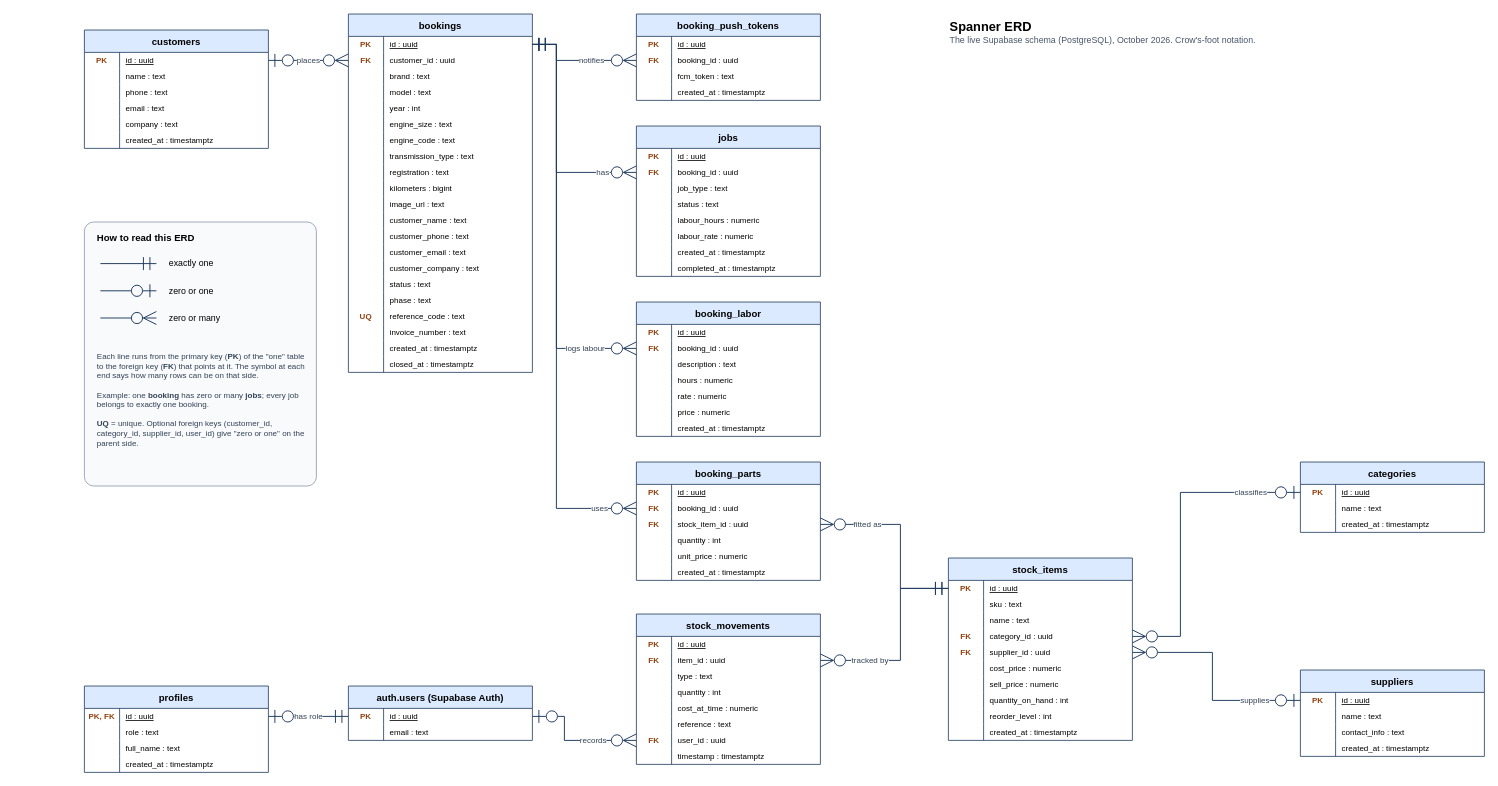
The draw.io diagram project-docs/phase-2/diagrams/editable/erd.drawio in BlackZ3ro/Spanner-Riese-Auto-Clinic, before the edit. Source tidied: cells renumbered, new cells numbered last; positions are measured from the earlier drawing's top-left corner, leaving out a move shared by most shapes. Both pictures are drawn from the tidied source at 80%, with x=0, y=0 at pixel (84, 14).
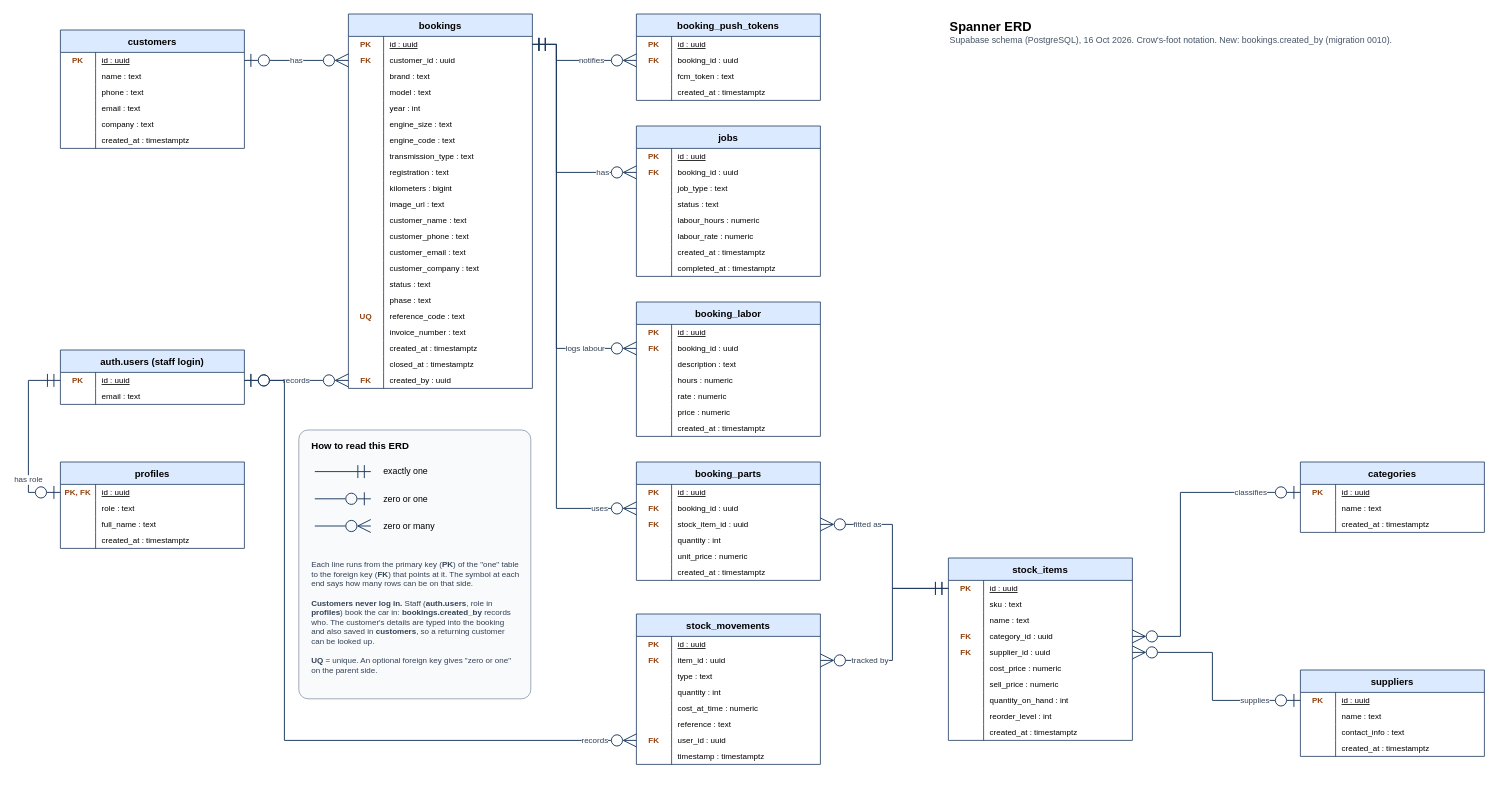
The same diagram, later.

Commit message (it also covers changes not shown here):
ERD: show which staff member records a booking

Unchanged cells that the change refers to:
```xml
<mxCell id="3" style="shape=tableRow;horizontal=0;startSize=0;swimlaneHead=0;swimlaneBody=0;fillColor=none;points=[[0,0.5],[1,0.5]];portConstraint=eastwest;top=0;left=0;right=0;bottom=0;" parent="2" vertex="1">
  <mxGeometry y="28" width="230" height="20" as="geometry" />
</mxCell>
<mxCell id="25" style="shape=tableRow;horizontal=0;startSize=0;swimlaneHead=0;swimlaneBody=0;fillColor=none;points=[[0,0.5],[1,0.5]];portConstraint=eastwest;top=0;left=0;right=0;bottom=0;" parent="21" vertex="1">
  <mxGeometry y="48" width="230" height="20" as="geometry" />
</mxCell>
<mxCell id="152" style="shape=tableRow;horizontal=0;startSize=0;swimlaneHead=0;swimlaneBody=0;fillColor=none;points=[[0,0.5],[1,0.5]];portConstraint=eastwest;top=0;left=0;right=0;bottom=0;" parent="145" vertex="1">
  <mxGeometry y="68" width="230" height="20" as="geometry" />
</mxCell>
<mxCell id="168" style="shape=tableRow;horizontal=0;startSize=0;swimlaneHead=0;swimlaneBody=0;fillColor=none;points=[[0,0.5],[1,0.5]];portConstraint=eastwest;top=0;left=0;right=0;bottom=0;" parent="164" vertex="1">
  <mxGeometry y="48" width="230" height="20" as="geometry" />
</mxCell>
<mxCell id="183" style="shape=tableRow;horizontal=0;startSize=0;swimlaneHead=0;swimlaneBody=0;fillColor=none;points=[[0,0.5],[1,0.5]];portConstraint=eastwest;top=0;left=0;right=0;bottom=0;" parent="164" vertex="1">
  <mxGeometry y="148" width="230" height="20" as="geometry" />
</mxCell>
<mxCell id="190" style="shape=tableRow;horizontal=0;startSize=0;swimlaneHead=0;swimlaneBody=0;fillColor=none;points=[[0,0.5],[1,0.5]];portConstraint=eastwest;top=0;left=0;right=0;bottom=0;" parent="189" vertex="1">
  <mxGeometry y="28" width="230" height="20" as="geometry" />
</mxCell>
<mxCell id="244" style="shape=tableRow;horizontal=0;startSize=0;swimlaneHead=0;swimlaneBody=0;fillColor=none;points=[[0,0.5],[1,0.5]];portConstraint=eastwest;top=0;left=0;right=0;bottom=0;" parent="243" vertex="1">
  <mxGeometry y="28" width="230" height="20" as="geometry" />
</mxCell>
<mxCell id="257" style="shape=tableRow;horizontal=0;startSize=0;swimlaneHead=0;swimlaneBody=0;fillColor=none;points=[[0,0.5],[1,0.5]];portConstraint=eastwest;top=0;left=0;right=0;bottom=0;" parent="256" vertex="1">
  <mxGeometry y="28" width="230" height="20" as="geometry" />
</mxCell>
```

Change to the diagram source:
```diff
@@
     <mxCell id="2" value="customers" style="shape=table;startSize=28;childLayout=tableLayout;rowLines=0;fontStyle=1;align=center;fillColor=#dbeafe;strokeColor=#1f3a5f;fontSize=12;" parent="1" vertex="1">
-      <mxGeometry y="20" width="230" height="148" as="geometry" />
+      <mxGeometry x="-30" y="20" width="230" height="148" as="geometry" />
     </mxCell>
@@
     <mxCell id="21" value="bookings" style="shape=table;startSize=28;childLayout=tableLayout;rowLines=0;fontStyle=1;align=center;fillColor=#dbeafe;strokeColor=#1f3a5f;fontSize=12;" parent="1" vertex="1">
-      <mxGeometry x="330" width="230" height="448" as="geometry" />
+      <mxGeometry x="330" width="230" height="468" as="geometry" />
     </mxCell>
@@
+    <mxCell id="284" style="shape=tableRow;horizontal=0;startSize=0;swimlaneHead=0;swimlaneBody=0;fillColor=none;points=[[0,0.5],[1,0.5]];portConstraint=eastwest;top=0;left=0;right=0;bottom=0;" parent="21" vertex="1">
+      <mxGeometry y="448" width="230" height="20" as="geometry" />
+    </mxCell>
+    <mxCell id="285" value="FK" style="shape=partialRectangle;fillColor=none;top=0;left=0;bottom=0;right=0;fontStyle=1;overflow=hidden;fontSize=10;fontColor=#92400e;" parent="284" vertex="1">
+      <mxGeometry width="44" height="20" as="geometry" />
+    </mxCell>
+    <mxCell id="286" value="created_by : uuid" style="shape=partialRectangle;fillColor=none;top=0;left=0;bottom=0;right=0;align=left;spacingLeft=6;overflow=hidden;fontSize=10;" parent="284" vertex="1">
+      <mxGeometry x="44" width="186" height="20" as="geometry" />
+    </mxCell>
@@
     <mxCell id="243" value="profiles" style="shape=table;startSize=28;childLayout=tableLayout;rowLines=0;fontStyle=1;align=center;fillColor=#dbeafe;strokeColor=#1f3a5f;fontSize=12;" parent="1" vertex="1">
-      <mxGeometry y="840" width="230" height="108" as="geometry" />
+      <mxGeometry x="-30" y="560" width="230" height="108" as="geometry" />
     </mxCell>
@@
-    <mxCell id="256" value="auth.users (Supabase Auth)" style="shape=table;startSize=28;childLayout=tableLayout;rowLines=0;fontStyle=1;align=center;fillColor=#dbeafe;strokeColor=#1f3a5f;fontSize=12;" parent="1" vertex="1">
-      <mxGeometry x="330" y="840" width="230" height="68" as="geometry" />
+    <mxCell id="256" value="auth.users (staff login)" style="shape=table;startSize=28;childLayout=tableLayout;rowLines=0;fontStyle=1;align=center;fillColor=#dbeafe;strokeColor=#1f3a5f;fontSize=12;" parent="1" vertex="1">
+      <mxGeometry x="-30" y="420" width="230" height="68" as="geometry" />
     </mxCell>
@@
-    <mxCell id="263" value="places" style="edgeStyle=orthogonalEdgeStyle;rounded=0;html=1;fontSize=10;fontColor=#334155;labelBackgroundColor=#ffffff;strokeColor=#1f3a5f;strokeWidth=1.2;startArrow=ERzeroToOne;endArrow=ERzeroToMany;startFill=0;endFill=0;startSize=14;endSize=14;exitX=1;exitY=0.5;exitDx=0;exitDy=0;entryX=0;entryY=0.5;entryDx=0;entryDy=0;" parent="1" edge="1" source="3" target="25">
+    <mxCell id="263" value="has" style="edgeStyle=orthogonalEdgeStyle;rounded=0;html=1;fontSize=10;fontColor=#334155;labelBackgroundColor=#ffffff;strokeColor=#1f3a5f;strokeWidth=1.2;startArrow=ERzeroToOne;endArrow=ERzeroToMany;startFill=0;endFill=0;startSize=14;endSize=14;exitX=1;exitY=0.5;exitDx=0;exitDy=0;entryX=0;entryY=0.5;entryDx=0;entryDy=0;" parent="1" edge="1" source="3" target="25">
       <mxGeometry relative="1" as="geometry" />
     </mxCell>
@@
     <mxCell id="268" value="fitted as" style="edgeStyle=orthogonalEdgeStyle;rounded=0;html=1;fontSize=10;fontColor=#334155;labelBackgroundColor=#ffffff;strokeColor=#1f3a5f;strokeWidth=1.2;startArrow=ERmandOne;endArrow=ERzeroToMany;startFill=0;endFill=0;startSize=14;endSize=14;exitX=0;exitY=0.5;exitDx=0;exitDy=0;entryX=1;entryY=0.5;entryDx=0;entryDy=0;" parent="1" edge="1" source="190" target="152">
       <mxGeometry x="0.51" relative="1" as="geometry">
         <Array as="points">
-          <mxPoint x="1020" y="718" />
-          <mxPoint x="1020" y="638" />
+          <mxPoint x="1010" y="718" />
+          <mxPoint x="1010" y="638" />
         </Array>
       </mxGeometry>
     </mxCell>
     <mxCell id="269" value="tracked by" style="edgeStyle=orthogonalEdgeStyle;rounded=0;html=1;fontSize=10;fontColor=#334155;labelBackgroundColor=#ffffff;strokeColor=#1f3a5f;strokeWidth=1.2;startArrow=ERmandOne;endArrow=ERzeroToMany;startFill=0;endFill=0;startSize=14;endSize=14;exitX=0;exitY=0.5;exitDx=0;exitDy=0;entryX=1;entryY=0.5;entryDx=0;entryDy=0;" parent="1" edge="1" source="190" target="168">
       <mxGeometry x="0.5" relative="1" as="geometry">
         <Array as="points">
-          <mxPoint x="1020" y="718" />
-          <mxPoint x="1020" y="808" />
+          <mxPoint x="1010" y="718" />
+          <mxPoint x="1010" y="808" />
         </Array>
       </mxGeometry>
     </mxCell>
@@
-    <mxCell id="272" value="has role" style="edgeStyle=orthogonalEdgeStyle;rounded=0;html=1;fontSize=10;fontColor=#334155;labelBackgroundColor=#ffffff;strokeColor=#1f3a5f;strokeWidth=1.2;startArrow=ERmandOne;endArrow=ERzeroToOne;startFill=0;endFill=0;startSize=14;endSize=14;exitX=0;exitY=0.5;exitDx=0;exitDy=0;entryX=1;entryY=0.5;entryDx=0;entryDy=0;" parent="1" edge="1" source="257" target="244">
+    <mxCell id="272" value="records" style="edgeStyle=orthogonalEdgeStyle;rounded=0;html=1;fontSize=10;fontColor=#334155;labelBackgroundColor=#ffffff;strokeColor=#1f3a5f;strokeWidth=1.2;startArrow=ERzeroToOne;endArrow=ERzeroToMany;startFill=0;endFill=0;startSize=14;endSize=14;exitX=1;exitY=0.5;exitDx=0;exitDy=0;entryX=0;entryY=0.5;entryDx=0;entryDy=0;" parent="1" edge="1" source="257" target="284">
       <mxGeometry relative="1" as="geometry" />
     </mxCell>
     <mxCell id="273" value="records" style="edgeStyle=orthogonalEdgeStyle;rounded=0;html=1;fontSize=10;fontColor=#334155;labelBackgroundColor=#ffffff;strokeColor=#1f3a5f;strokeWidth=1.2;startArrow=ERzeroToOne;endArrow=ERzeroToMany;startFill=0;endFill=0;startSize=14;endSize=14;exitX=1;exitY=0.5;exitDx=0;exitDy=0;entryX=0;entryY=0.5;entryDx=0;entryDy=0;" parent="1" edge="1" source="257" target="183">
-      <mxGeometry x="0.33" relative="1" as="geometry">
+      <mxGeometry x="0.89" relative="1" as="geometry">
         <Array as="points">
-          <mxPoint x="600" y="878" />
-          <mxPoint x="600" y="908" />
+          <mxPoint x="250" y="458" />
+          <mxPoint x="250" y="908" />
         </Array>
       </mxGeometry>
     </mxCell>
+    <mxCell id="287" value="has role" style="edgeStyle=orthogonalEdgeStyle;rounded=0;html=1;fontSize=10;fontColor=#334155;labelBackgroundColor=#ffffff;strokeColor=#1f3a5f;strokeWidth=1.2;startArrow=ERmandOne;endArrow=ERzeroToOne;startFill=0;endFill=0;startSize=14;endSize=14;exitX=0;exitY=0.5;exitDx=0;exitDy=0;entryX=0;entryY=0.5;entryDx=0;entryDy=0;" parent="1" edge="1" source="257" target="244">
+      <mxGeometry x="0.49" relative="1" as="geometry">
+        <Array as="points">
+          <mxPoint x="-70" y="458" />
+          <mxPoint x="-70" y="598" />
+        </Array>
+      </mxGeometry>
+    </mxCell>
     <mxCell id="274" style="rounded=1;arcSize=4;whiteSpace=wrap;html=1;fillColor=#f8fafc;strokeColor=#8a97a8;" parent="1" vertex="1">
-      <mxGeometry y="260" width="290" height="330" as="geometry" />
+      <mxGeometry x="268" y="520" width="290" height="336" as="geometry" />
     </mxCell>
     <mxCell id="275" value="&lt;b&gt;How to read this ERD&lt;/b&gt;" style="text;html=1;align=left;verticalAlign=middle;fontSize=12;" parent="1" vertex="1">
-      <mxGeometry x="14" y="268" width="260" height="24" as="geometry" />
+      <mxGeometry x="282" y="528" width="260" height="24" as="geometry" />
     </mxCell>
     <mxCell id="276" style="endArrow=ERmandOne;startArrow=none;endFill=0;endSize=14;html=1;strokeColor=#1f3a5f;strokeWidth=1.2;" parent="1" edge="1">
       <mxGeometry relative="1" as="geometry">
-        <mxPoint x="20" y="312" as="sourcePoint" />
-        <mxPoint x="90" y="312" as="targetPoint" />
+        <mxPoint x="288" y="572" as="sourcePoint" />
+        <mxPoint x="358" y="572" as="targetPoint" />
       </mxGeometry>
     </mxCell>
     <mxCell id="277" value="exactly one" style="text;html=1;align=left;verticalAlign=middle;fontSize=11;" parent="1" vertex="1">
-      <mxGeometry x="104" y="300" width="170" height="24" as="geometry" />
+      <mxGeometry x="372" y="560" width="170" height="24" as="geometry" />
     </mxCell>
     <mxCell id="278" style="endArrow=ERzeroToOne;startArrow=none;endFill=0;endSize=14;html=1;strokeColor=#1f3a5f;strokeWidth=1.2;" parent="1" edge="1">
       <mxGeometry relative="1" as="geometry">
-        <mxPoint x="20" y="346" as="sourcePoint" />
-        <mxPoint x="90" y="346" as="targetPoint" />
+        <mxPoint x="288" y="606" as="sourcePoint" />
+        <mxPoint x="358" y="606" as="targetPoint" />
       </mxGeometry>
     </mxCell>
     <mxCell id="279" value="zero or one" style="text;html=1;align=left;verticalAlign=middle;fontSize=11;" parent="1" vertex="1">
-      <mxGeometry x="104" y="334" width="170" height="24" as="geometry" />
+      <mxGeometry x="372" y="594" width="170" height="24" as="geometry" />
     </mxCell>
     <mxCell id="280" style="endArrow=ERzeroToMany;startArrow=none;endFill=0;endSize=14;html=1;strokeColor=#1f3a5f;strokeWidth=1.2;" parent="1" edge="1">
       <mxGeometry relative="1" as="geometry">
-        <mxPoint x="20" y="380" as="sourcePoint" />
-        <mxPoint x="90" y="380" as="targetPoint" />
+        <mxPoint x="288" y="640" as="sourcePoint" />
+        <mxPoint x="358" y="640" as="targetPoint" />
       </mxGeometry>
     </mxCell>
     <mxCell id="281" value="zero or many" style="text;html=1;align=left;verticalAlign=middle;fontSize=11;" parent="1" vertex="1">
-      <mxGeometry x="104" y="368" width="170" height="24" as="geometry" />
+      <mxGeometry x="372" y="628" width="170" height="24" as="geometry" />
     </mxCell>
-    <mxCell id="282" value="Each line runs from the primary key (&lt;b&gt;PK&lt;/b&gt;) of the &amp;quot;one&amp;quot; table to the foreign key (&lt;b&gt;FK&lt;/b&gt;) that points at it. The symbol at each end says how many rows can be on that side.&lt;br&gt;&lt;br&gt;Example: one &lt;b&gt;booking&lt;/b&gt; has zero or many &lt;b&gt;jobs&lt;/b&gt;; every job belongs to exactly one booking.&lt;br&gt;&lt;br&gt;&lt;b&gt;UQ&lt;/b&gt; = unique. Optional foreign keys (customer_id, category_id, supplier_id, user_id) give &amp;quot;zero or one&amp;quot; on the parent side." style="text;html=1;align=left;verticalAlign=top;whiteSpace=wrap;fontSize=10;fontColor=#334155;" parent="1" vertex="1">
-      <mxGeometry x="14" y="416" width="262" height="170" as="geometry" />
+    <mxCell id="282" value="Each line runs from the primary key (&lt;b&gt;PK&lt;/b&gt;) of the &amp;quot;one&amp;quot; table to the foreign key (&lt;b&gt;FK&lt;/b&gt;) that points at it. The symbol at each end says how many rows can be on that side.&lt;br&gt;&lt;br&gt;&lt;b&gt;Customers never log in.&lt;/b&gt; Staff (&lt;b&gt;auth.users&lt;/b&gt;, role in &lt;b&gt;profiles&lt;/b&gt;) book the car in: &lt;b&gt;bookings.created_by&lt;/b&gt; records who. The customer's details are typed into the booking and also saved in &lt;b&gt;customers&lt;/b&gt;, so a returning customer can be looked up.&lt;br&gt;&lt;br&gt;&lt;b&gt;UQ&lt;/b&gt; = unique. An optional foreign key gives &amp;quot;zero or one&amp;quot; on the parent side." style="text;html=1;align=left;verticalAlign=top;whiteSpace=wrap;fontSize=10;fontColor=#334155;" parent="1" vertex="1">
+      <mxGeometry x="282" y="676" width="262" height="176" as="geometry" />
     </mxCell>
-    <mxCell id="283" value="&lt;b style=&quot;font-size:16px&quot;&gt;Spanner ERD&lt;/b&gt;&lt;br&gt;&lt;span style=&quot;font-size:11px;color:#475569&quot;&gt;The live Supabase schema (PostgreSQL), October 2026. Crow's-foot notation.&lt;/span&gt;" style="text;html=1;align=left;verticalAlign=top;whiteSpace=wrap;" parent="1" vertex="1">
-      <mxGeometry x="1080" width="560" height="50" as="geometry" />
+    <mxCell id="283" value="&lt;b style=&quot;font-size:16px&quot;&gt;Spanner ERD&lt;/b&gt;&lt;br&gt;&lt;span style=&quot;font-size:11px;color:#475569&quot;&gt;Supabase schema (PostgreSQL), 16 Oct 2026. Crow's-foot notation. New: bookings.created_by (migration 0010).&lt;/span&gt;" style="text;html=1;align=left;verticalAlign=top;whiteSpace=wrap;" parent="1" vertex="1">
+      <mxGeometry x="1080" width="640" height="50" as="geometry" />
     </mxCell>
```
